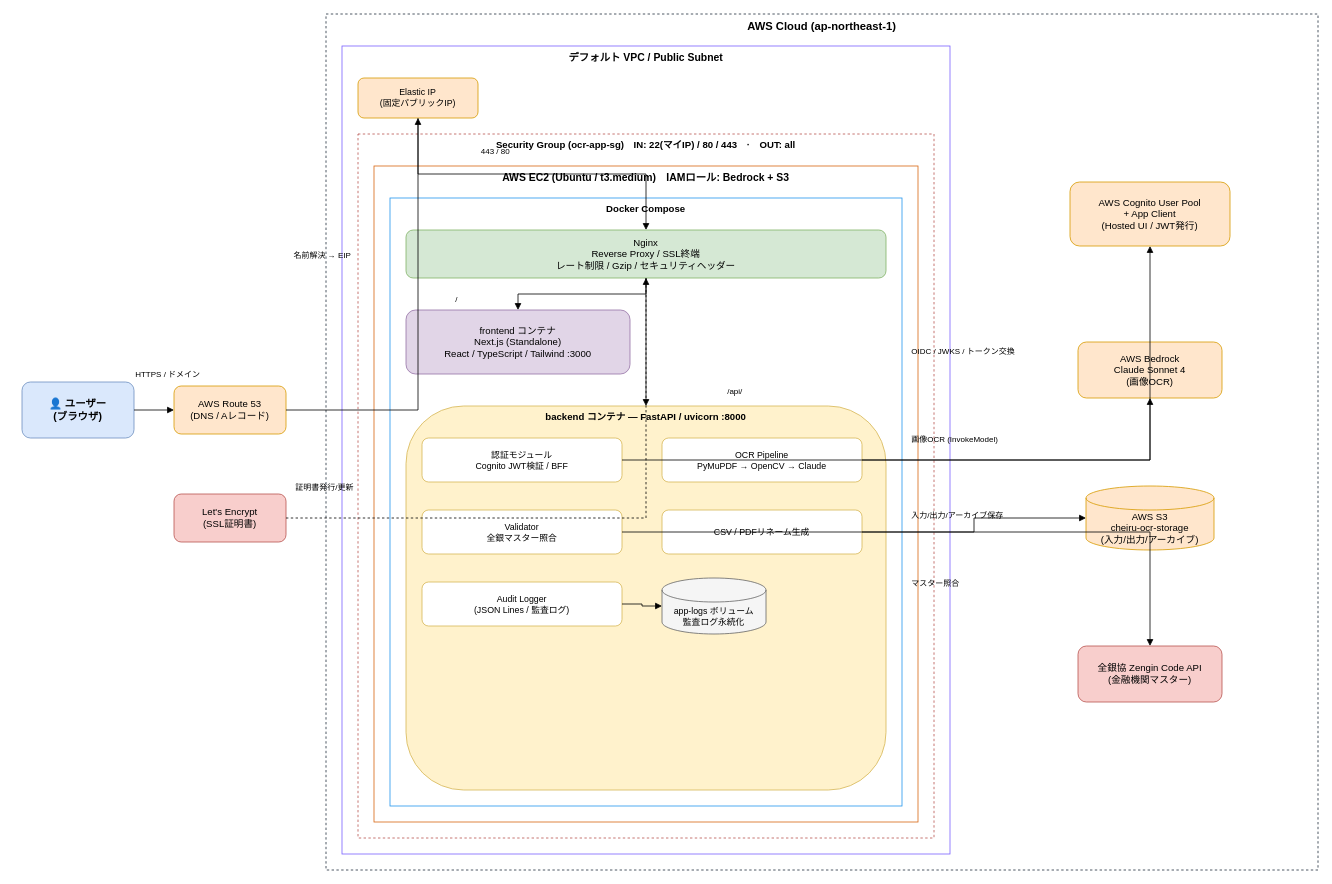
The draw.io diagram page "現行構成 (EC2 / Docker Compose)" (1 of 2) of docs/system-architecture.drawio in jaeil086/ocrProject, before the edit. Source tidied: cells renumbered, new cells numbered last; positions are measured from the earlier drawing's top-left corner, leaving out a move shared by most shapes. Both pictures are drawn from the tidied source at 80%, with x=0, y=0 at pixel (22, 14).
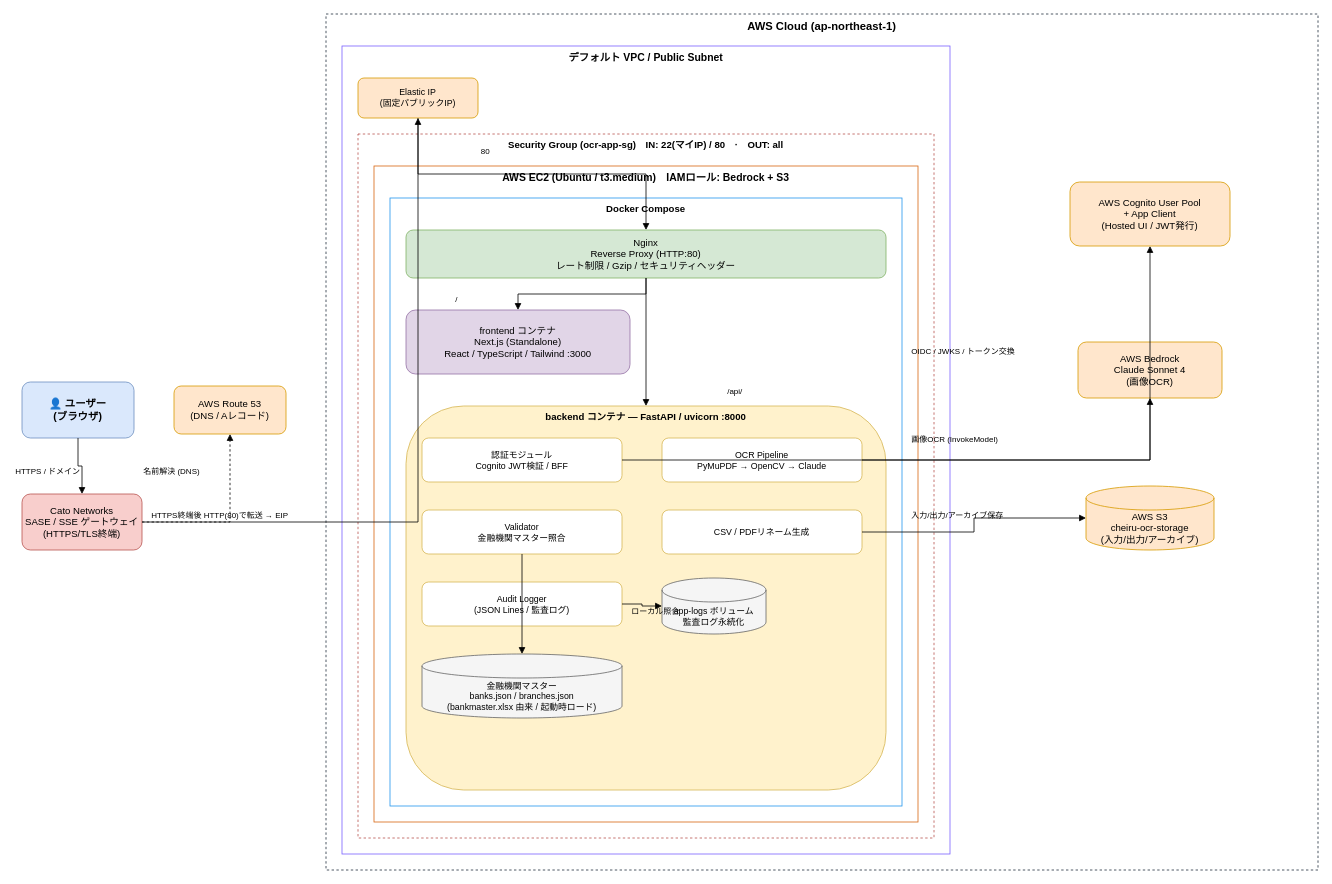
The same diagram, later.

The change refers to these unchanged cells:
```xml
<mxCell id="2" value="👤 ユーザー&#10;(ブラウザ)" style="rounded=1;whiteSpace=wrap;html=1;fillColor=#dae8fc;strokeColor=#6c8ebf;fontSize=13;fontStyle=1;" parent="1" vertex="1">
  <mxGeometry y="460" width="140" height="70" as="geometry" />
</mxCell>
<mxCell id="3" value="AWS Route 53&#10;(DNS / Aレコード)" style="rounded=1;whiteSpace=wrap;html=1;fillColor=#ffe6cc;strokeColor=#d79b00;fontSize=12;" parent="1" vertex="1">
  <mxGeometry x="190" y="465" width="140" height="60" as="geometry" />
</mxCell>
<mxCell id="7" value="Elastic IP&#10;(固定パブリックIP)" style="rounded=1;whiteSpace=wrap;html=1;fillColor=#ffe6cc;strokeColor=#d79b00;fontSize=11;" parent="1" vertex="1">
  <mxGeometry x="420" y="80" width="150" height="50" as="geometry" />
</mxCell>
```

Change to the diagram source:
```diff
@@
+    <mxCell id="45" value="Cato Networks&#10;SASE / SSE ゲートウェイ&#10;(HTTPS/TLS終端)" style="rounded=1;whiteSpace=wrap;html=1;fillColor=#f8cecc;strokeColor=#b85450;fontSize=12;" parent="1" vertex="1">
+      <mxGeometry y="600" width="150" height="70" as="geometry" />
+    </mxCell>
@@
-    <mxCell id="4" value="Let's Encrypt&#10;(SSL証明書)" style="rounded=1;whiteSpace=wrap;html=1;fillColor=#f8cecc;strokeColor=#b85450;fontSize=12;" parent="1" vertex="1">
-      <mxGeometry x="190" y="600" width="140" height="60" as="geometry" />
-    </mxCell>
@@
-    <mxCell id="8" value="Security Group (ocr-app-sg)　IN: 22(マイIP) / 80 / 443　·　OUT: all" style="rounded=0;whiteSpace=wrap;html=1;verticalAlign=top;fontSize=12;fontStyle=1;fillColor=none;strokeColor=#B85450;dashed=1;" parent="1" vertex="1">
+    <mxCell id="8" value="Security Group (ocr-app-sg)　IN: 22(マイIP) / 80　·　OUT: all" style="rounded=0;whiteSpace=wrap;html=1;verticalAlign=top;fontSize=12;fontStyle=1;fillColor=none;strokeColor=#B85450;dashed=1;" parent="1" vertex="1">
       <mxGeometry x="420" y="150" width="720" height="880" as="geometry" />
     </mxCell>
@@
-    <mxCell id="11" value="Nginx&#10;Reverse Proxy / SSL終端&#10;レート制限 / Gzip / セキュリティヘッダー" style="rounded=1;whiteSpace=wrap;html=1;fillColor=#d5e8d4;strokeColor=#82b366;fontSize=12;" parent="1" vertex="1">
+    <mxCell id="11" value="Nginx&#10;Reverse Proxy (HTTP:80)&#10;レート制限 / Gzip / セキュリティヘッダー" style="rounded=1;whiteSpace=wrap;html=1;fillColor=#d5e8d4;strokeColor=#82b366;fontSize=12;" parent="1" vertex="1">
       <mxGeometry x="480" y="270" width="600" height="60" as="geometry" />
     </mxCell>
@@
-    <mxCell id="16" value="Validator&#10;全銀マスター照合" style="rounded=1;whiteSpace=wrap;html=1;fillColor=#ffffff;strokeColor=#d6b656;fontSize=11;" parent="1" vertex="1">
+    <mxCell id="16" value="Validator&#10;金融機関マスター照合" style="rounded=1;whiteSpace=wrap;html=1;fillColor=#ffffff;strokeColor=#d6b656;fontSize=11;" parent="1" vertex="1">
       <mxGeometry x="500" y="620" width="250" height="55" as="geometry" />
     </mxCell>
@@
-    <mxCell id="23" value="全銀協 Zengin Code API&#10;(金融機関マスター)" style="rounded=1;whiteSpace=wrap;html=1;fillColor=#f8cecc;strokeColor=#b85450;fontSize=12;" parent="1" vertex="1">
-      <mxGeometry x="1320" y="790" width="180" height="70" as="geometry" />
-    </mxCell>
+    <mxCell id="46" value="金融機関マスター&#10;banks.json / branches.json&#10;(bankmaster.xlsx 由来 / 起動時ロード)" style="shape=cylinder3;whiteSpace=wrap;html=1;boundedLbl=1;backgroundOutline=1;fillColor=#f5f5f5;strokeColor=#666666;fontSize=11;" parent="1" vertex="1">
+      <mxGeometry x="500" y="800" width="250" height="80" as="geometry" />
+    </mxCell>
-    <mxCell id="24" style="edgeStyle=orthogonalEdgeStyle;rounded=0;html=1;endArrow=block;" parent="1" edge="1" source="2" target="3">
+    <mxCell id="24" style="edgeStyle=orthogonalEdgeStyle;rounded=0;html=1;endArrow=block;" parent="1" edge="1" source="2" target="45">
       <mxGeometry relative="1" as="geometry" />
     </mxCell>
     <mxCell id="25" value="HTTPS / ドメイン" style="text;html=1;fontSize=10;" parent="1" vertex="1">
-      <mxGeometry x="140" y="438" width="90" height="20" as="geometry" />
+      <mxGeometry x="-10" y="560" width="110" height="20" as="geometry" />
     </mxCell>
+    <mxCell id="47" style="edgeStyle=orthogonalEdgeStyle;rounded=0;html=1;endArrow=block;dashed=1;" parent="1" edge="1" source="45" target="3">
+      <mxGeometry relative="1" as="geometry" />
+    </mxCell>
+    <mxCell id="48" value="名前解決 (DNS)" style="text;html=1;fontSize=10;" parent="1" vertex="1">
+      <mxGeometry x="150" y="560" width="100" height="20" as="geometry" />
+    </mxCell>
-    <mxCell id="26" style="edgeStyle=orthogonalEdgeStyle;rounded=0;html=1;endArrow=block;" parent="1" edge="1" source="3" target="7">
+    <mxCell id="26" style="edgeStyle=orthogonalEdgeStyle;rounded=0;html=1;endArrow=block;" parent="1" edge="1" source="45" target="7">
       <mxGeometry relative="1" as="geometry" />
     </mxCell>
-    <mxCell id="27" value="名前解決 → EIP" style="text;html=1;fontSize=10;" parent="1" vertex="1">
-      <mxGeometry x="338" y="290" width="100" height="20" as="geometry" />
+    <mxCell id="27" value="HTTPS終端後 HTTP(80)で転送 → EIP" style="text;html=1;fontSize=10;" parent="1" vertex="1">
+      <mxGeometry x="160" y="615" width="220" height="20" as="geometry" />
     </mxCell>
@@
-    <mxCell id="29" value="443 / 80" style="text;html=1;fontSize=10;" parent="1" vertex="1">
+    <mxCell id="29" value="80" style="text;html=1;fontSize=10;" parent="1" vertex="1">
       <mxGeometry x="572" y="160" width="60" height="20" as="geometry" />
     </mxCell>
-    <mxCell id="30" style="edgeStyle=orthogonalEdgeStyle;rounded=0;html=1;endArrow=block;dashed=1;" parent="1" edge="1" source="4" target="11">
-      <mxGeometry relative="1" as="geometry" />
-    </mxCell>
-    <mxCell id="31" value="証明書発行/更新" style="text;html=1;fontSize=10;" parent="1" vertex="1">
-      <mxGeometry x="340" y="580" width="100" height="20" as="geometry" />
-    </mxCell>
@@
-    <mxCell id="40" style="edgeStyle=orthogonalEdgeStyle;rounded=0;html=1;endArrow=block;" parent="1" edge="1" source="16" target="23">
+    <mxCell id="40" style="edgeStyle=orthogonalEdgeStyle;rounded=0;html=1;endArrow=block;" parent="1" edge="1" source="16" target="46">
       <mxGeometry relative="1" as="geometry" />
     </mxCell>
-    <mxCell id="41" value="マスター照合" style="text;html=1;fontSize=10;" parent="1" vertex="1">
-      <mxGeometry x="1110" y="700" width="90" height="20" as="geometry" />
+    <mxCell id="41" value="ローカル照合" style="text;html=1;fontSize=10;" parent="1" vertex="1">
+      <mxGeometry x="760" y="735" width="90" height="20" as="geometry" />
     </mxCell>
```
